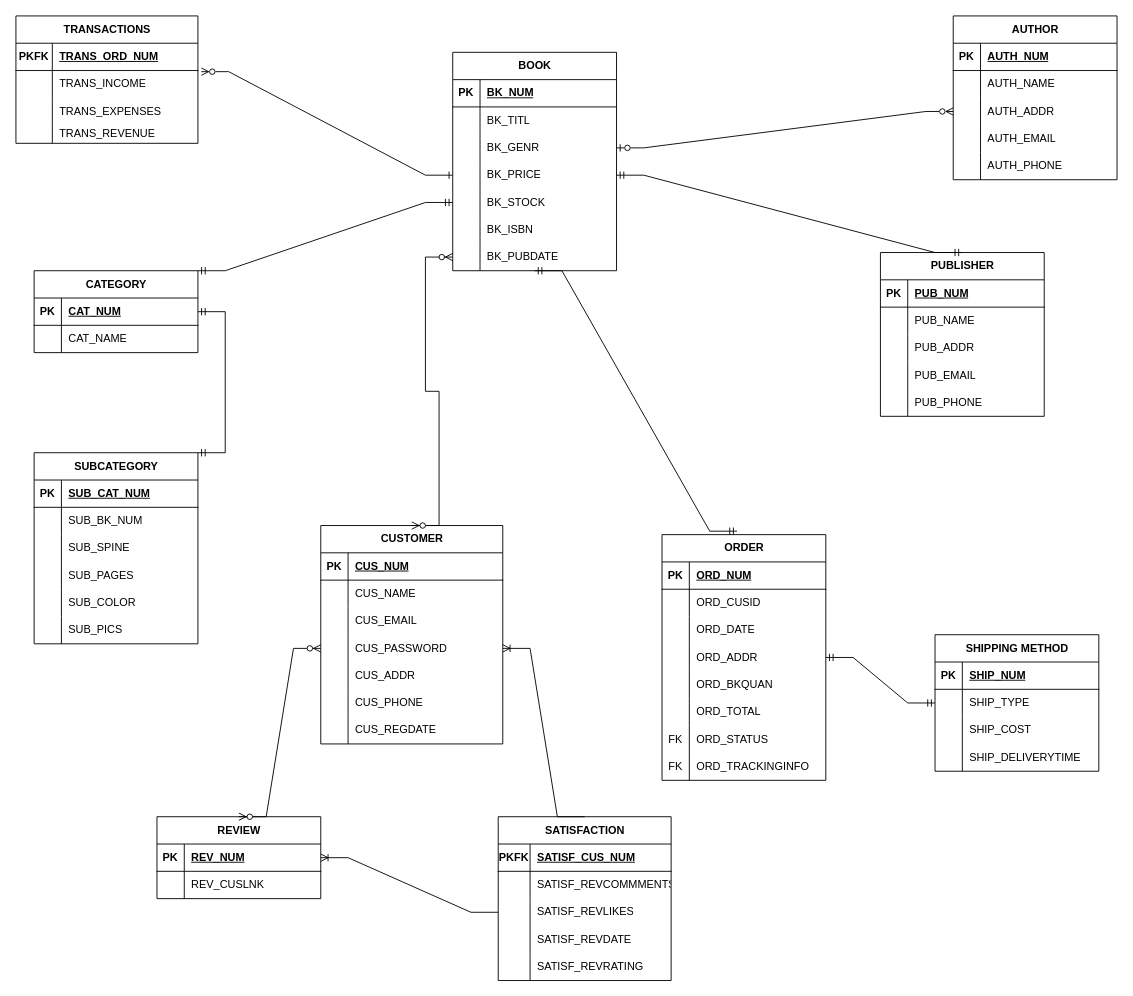
Before: Untitled Diagram.drawio in ctingle3/ctingle3, a draw.io diagram. Source tidied: cells renumbered, new cells numbered last; positions are measured from the earlier drawing's top-left corner, leaving out a move shared by most shapes. Both pictures are drawn from the tidied source at 91%, with x=0, y=0 at pixel (15, 15).
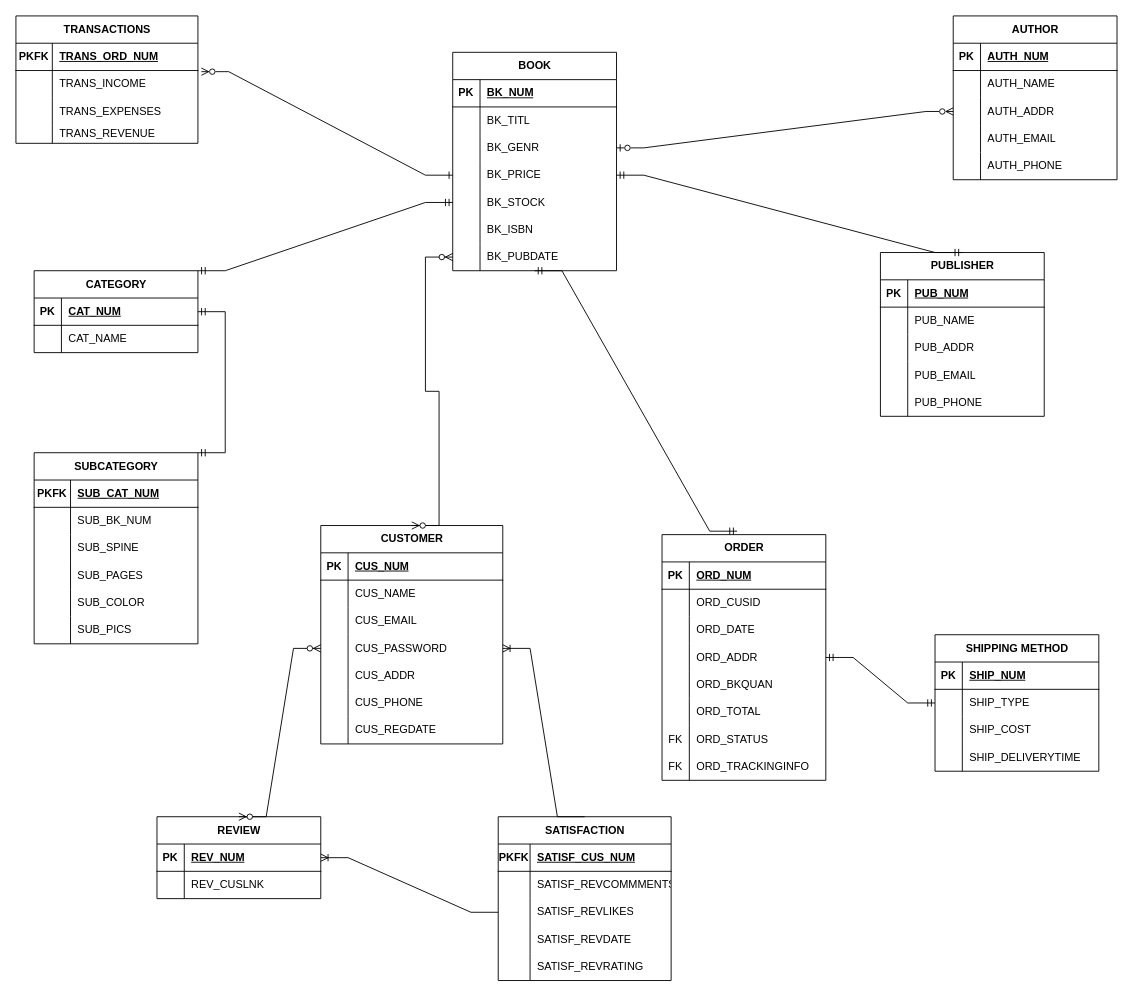
After the change.

Unchanged cells that the change refers to:
```xml
<mxCell id="64" style="shape=tableRow;horizontal=0;startSize=0;swimlaneHead=0;swimlaneBody=0;fillColor=none;top=0;left=0;right=0;bottom=1;" parent="63" vertex="1">
  <mxGeometry y="30" width="180" height="30" as="geometry" />
</mxCell>
<mxCell id="67" style="shape=tableRow;horizontal=0;startSize=0;swimlaneHead=0;swimlaneBody=0;fillColor=none;top=0;left=0;right=0;bottom=0;" parent="63" vertex="1">
  <mxGeometry y="60" width="180" height="30" as="geometry" />
</mxCell>
<mxCell id="70" style="shape=tableRow;horizontal=0;startSize=0;swimlaneHead=0;swimlaneBody=0;fillColor=none;top=0;left=0;right=0;bottom=0;" parent="63" vertex="1">
  <mxGeometry y="90" width="180" height="30" as="geometry" />
</mxCell>
<mxCell id="73" style="shape=tableRow;horizontal=0;startSize=0;swimlaneHead=0;swimlaneBody=0;fillColor=none;top=0;left=0;right=0;bottom=0;" parent="63" vertex="1">
  <mxGeometry y="120" width="180" height="30" as="geometry" />
</mxCell>
<mxCell id="76" style="shape=tableRow;horizontal=0;startSize=0;swimlaneHead=0;swimlaneBody=0;fillColor=none;top=0;left=0;right=0;bottom=0;" parent="63" vertex="1">
  <mxGeometry y="150" width="180" height="30" as="geometry" />
</mxCell>
<mxCell id="79" style="shape=tableRow;horizontal=0;startSize=0;swimlaneHead=0;swimlaneBody=0;fillColor=none;top=0;left=0;right=0;bottom=0;" parent="63" vertex="1">
  <mxGeometry y="180" width="180" height="30" as="geometry" />
</mxCell>
```

What changed in the source:
```diff
@@
-    <mxCell id="65" value="PK" style="shape=partialRectangle;fillColor=none;top=0;left=0;bottom=0;right=0;fontStyle=1;overflow=hidden;whiteSpace=wrap;html=1;" parent="64" vertex="1">
-      <mxGeometry width="30" height="30" as="geometry" />
+    <mxCell id="65" value="PKFK" style="shape=partialRectangle;fillColor=none;top=0;left=0;bottom=0;right=0;fontStyle=1;overflow=hidden;whiteSpace=wrap;html=1;" parent="64" vertex="1">
+      <mxGeometry width="40" height="30" as="geometry" />
     </mxCell>
     <mxCell id="66" value="SUB_CAT_NUM" style="shape=partialRectangle;fillColor=none;top=0;left=0;bottom=0;right=0;align=left;spacingLeft=6;fontStyle=5;overflow=hidden;whiteSpace=wrap;html=1;" parent="64" vertex="1">
-      <mxGeometry x="30" width="150" height="30" as="geometry" />
+      <mxGeometry x="40" width="140" height="30" as="geometry" />
     </mxCell>
@@
     <mxCell id="68" style="shape=partialRectangle;fillColor=none;top=0;left=0;bottom=0;right=0;overflow=hidden;whiteSpace=wrap;html=1;" parent="67" vertex="1">
-      <mxGeometry width="30" height="30" as="geometry" />
+      <mxGeometry width="40" height="30" as="geometry" />
     </mxCell>
     <mxCell id="69" value="SUB_BK_NUM" style="shape=partialRectangle;fillColor=none;top=0;left=0;bottom=0;right=0;align=left;spacingLeft=6;overflow=hidden;whiteSpace=wrap;html=1;" parent="67" vertex="1">
-      <mxGeometry x="30" width="150" height="30" as="geometry" />
+      <mxGeometry x="40" width="140" height="30" as="geometry" />
     </mxCell>
@@
     <mxCell id="71" style="shape=partialRectangle;fillColor=none;top=0;left=0;bottom=0;right=0;overflow=hidden;whiteSpace=wrap;html=1;" parent="70" vertex="1">
-      <mxGeometry width="30" height="30" as="geometry" />
+      <mxGeometry width="40" height="30" as="geometry" />
     </mxCell>
     <mxCell id="72" value="SUB_SPINE" style="shape=partialRectangle;fillColor=none;top=0;left=0;bottom=0;right=0;align=left;spacingLeft=6;overflow=hidden;whiteSpace=wrap;html=1;" parent="70" vertex="1">
-      <mxGeometry x="30" width="150" height="30" as="geometry" />
+      <mxGeometry x="40" width="140" height="30" as="geometry" />
     </mxCell>
@@
     <mxCell id="74" style="shape=partialRectangle;fillColor=none;top=0;left=0;bottom=0;right=0;overflow=hidden;whiteSpace=wrap;html=1;" parent="73" vertex="1">
-      <mxGeometry width="30" height="30" as="geometry" />
+      <mxGeometry width="40" height="30" as="geometry" />
     </mxCell>
     <mxCell id="75" value="SUB_PAGES" style="shape=partialRectangle;fillColor=none;top=0;left=0;bottom=0;right=0;align=left;spacingLeft=6;overflow=hidden;whiteSpace=wrap;html=1;" parent="73" vertex="1">
-      <mxGeometry x="30" width="150" height="30" as="geometry" />
+      <mxGeometry x="40" width="140" height="30" as="geometry" />
     </mxCell>
@@
     <mxCell id="77" style="shape=partialRectangle;fillColor=none;top=0;left=0;bottom=0;right=0;overflow=hidden;whiteSpace=wrap;html=1;" parent="76" vertex="1">
-      <mxGeometry width="30" height="30" as="geometry" />
+      <mxGeometry width="40" height="30" as="geometry" />
     </mxCell>
     <mxCell id="78" value="SUB_COLOR" style="shape=partialRectangle;fillColor=none;top=0;left=0;bottom=0;right=0;align=left;spacingLeft=6;overflow=hidden;whiteSpace=wrap;html=1;" parent="76" vertex="1">
-      <mxGeometry x="30" width="150" height="30" as="geometry" />
+      <mxGeometry x="40" width="140" height="30" as="geometry" />
     </mxCell>
@@
     <mxCell id="80" style="shape=partialRectangle;fillColor=none;top=0;left=0;bottom=0;right=0;overflow=hidden;whiteSpace=wrap;html=1;" parent="79" vertex="1">
-      <mxGeometry width="30" height="30" as="geometry" />
+      <mxGeometry width="40" height="30" as="geometry" />
     </mxCell>
     <mxCell id="81" value="SUB_PICS" style="shape=partialRectangle;fillColor=none;top=0;left=0;bottom=0;right=0;align=left;spacingLeft=6;overflow=hidden;whiteSpace=wrap;html=1;" parent="79" vertex="1">
-      <mxGeometry x="30" width="150" height="30" as="geometry" />
+      <mxGeometry x="40" width="140" height="30" as="geometry" />
     </mxCell>
```
